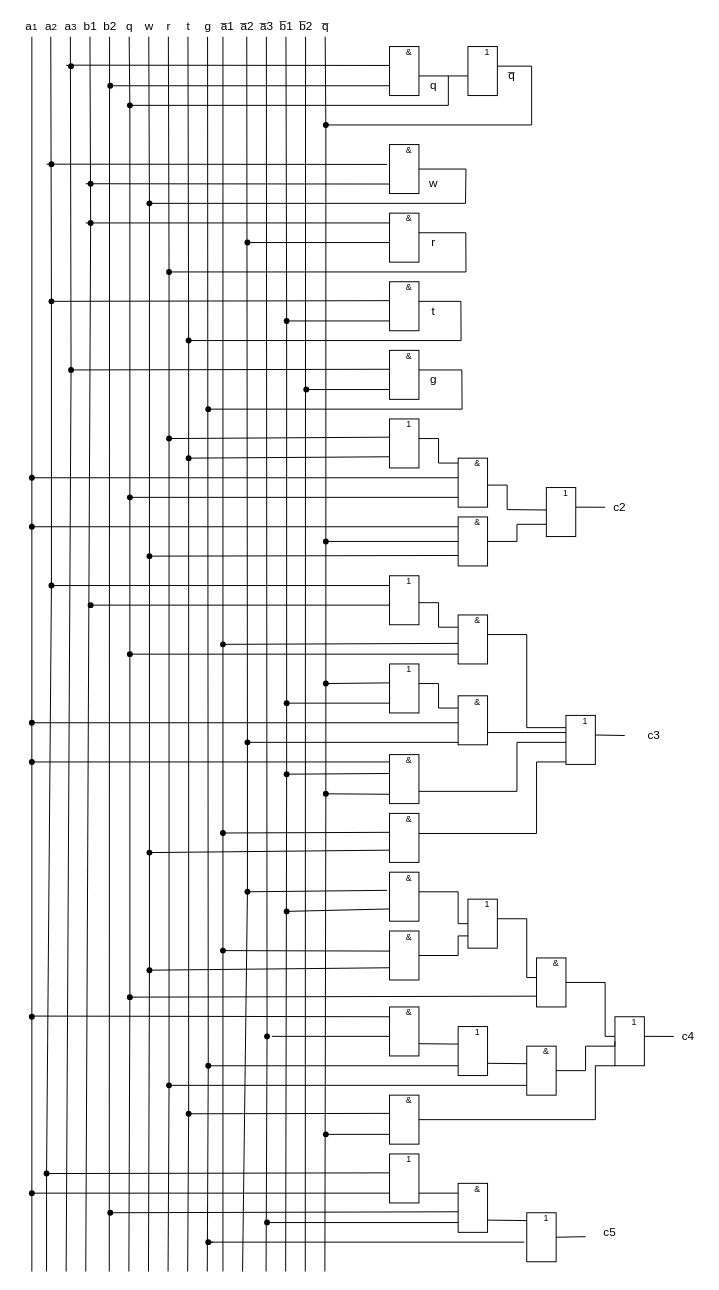
This is page "Многовыход" (7 of 7) of BulevBasisMDNF.drawio from Chelovecpauk/Some, a draw.io file, before an edit. Source tidied: cells renumbered, new cells numbered last; positions are measured from the earlier drawing's top-left corner, leaving out a move shared by most shapes. Both pictures are drawn from the tidied source at 98%, with x=0, y=0 at pixel (17, 17).
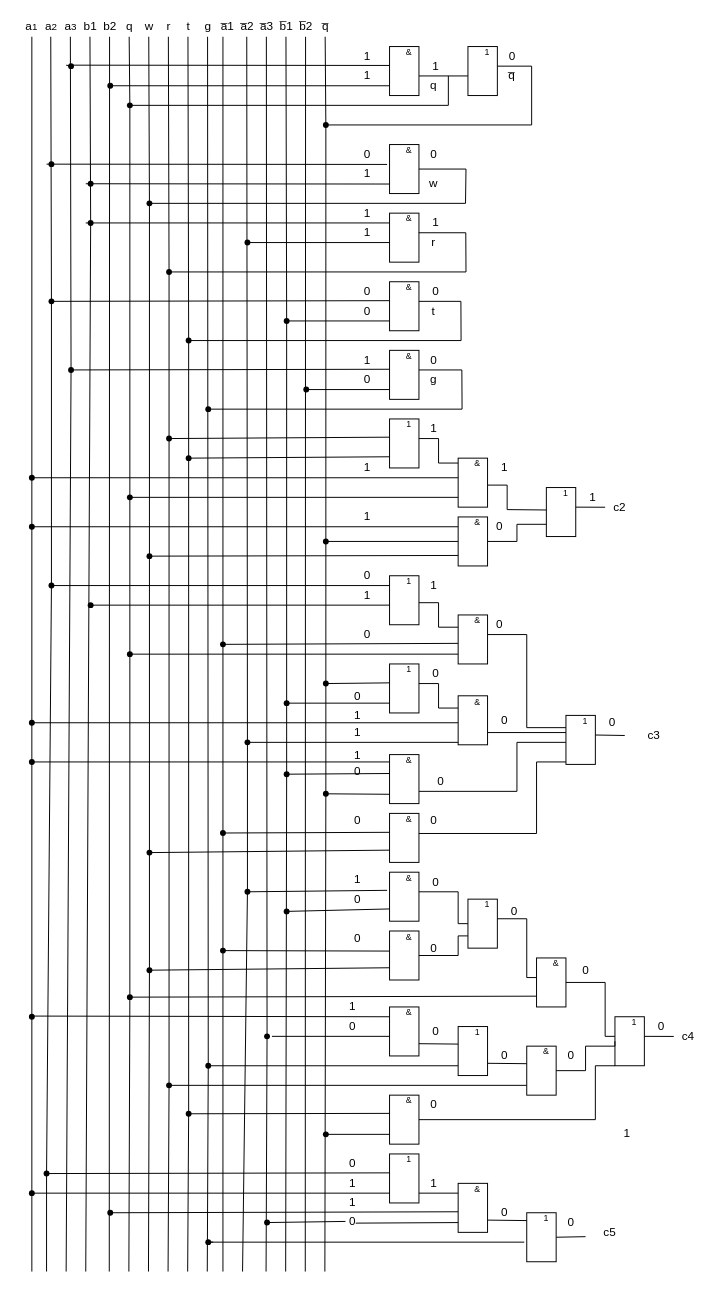
After the change.

Unchanged cells that the change refers to:
```xml
<mxCell id="36" style="group;" parent="1" vertex="1">
  <mxGeometry x="380" y="20" width="60" height="60" as="geometry" />
</mxCell>
<mxCell id="280" style="shape=waypoint;sketch=0;fillStyle=solid;size=6;points=[];fillColor=none;perimeter=centerPerimeter;snapToPoint=1;" parent="1" vertex="1">
  <mxGeometry x="245" y="1220" width="20" height="20" as="geometry" />
</mxCell>
```

What changed in the source:
```diff
@@
     <mxCell id="27" style="group;" parent="1" vertex="1">
-      <mxGeometry x="450" y="440" width="40" height="60" as="geometry" />
+      <mxGeometry x="450" y="440" width="55" height="60" as="geometry" />
     </mxCell>
@@
+    <mxCell id="296" value="1" style="text;html=1;strokeColor=none;fillColor=none;align=center;verticalAlign=middle;whiteSpace=wrap;rounded=0;" parent="27" vertex="1">
+      <mxGeometry x="40" y="10" width="15" height="20" as="geometry" />
+    </mxCell>
     <mxCell id="30" style="group;" parent="1" vertex="1">
-      <mxGeometry x="380" y="190" width="40" height="60" as="geometry" />
+      <mxGeometry x="380" y="190" width="55" height="60" as="geometry" />
     </mxCell>
@@
+    <mxCell id="297" value="1" style="text;html=1;strokeColor=none;fillColor=none;align=center;verticalAlign=middle;whiteSpace=wrap;rounded=0;" parent="30" vertex="1">
+      <mxGeometry x="40" y="10" width="15" height="20" as="geometry" />
+    </mxCell>
@@
+    <mxCell id="298" value="1" style="text;html=1;strokeColor=none;fillColor=none;align=center;verticalAlign=middle;whiteSpace=wrap;rounded=0;" parent="36" vertex="1">
+      <mxGeometry x="40" y="20" width="15" height="20" as="geometry" />
+    </mxCell>
@@
     <mxCell id="107" style="group;" parent="1" vertex="1">
-      <mxGeometry x="380" y="260" width="40" height="60" as="geometry" />
+      <mxGeometry x="380" y="260" width="55" height="60" as="geometry" />
     </mxCell>
@@
+    <mxCell id="299" value="0" style="text;html=1;strokeColor=none;fillColor=none;align=center;verticalAlign=middle;whiteSpace=wrap;rounded=0;" parent="107" vertex="1">
+      <mxGeometry x="40" y="10" width="15" height="20" as="geometry" />
+    </mxCell>
@@
     <mxCell id="124" style="group;" parent="1" vertex="1">
-      <mxGeometry x="380" y="1000" width="40" height="60" as="geometry" />
+      <mxGeometry x="380" y="1000" width="55" height="60" as="geometry" />
     </mxCell>
@@
+    <mxCell id="300" value="0" style="text;html=1;strokeColor=none;fillColor=none;align=center;verticalAlign=middle;whiteSpace=wrap;rounded=0;" parent="124" vertex="1">
+      <mxGeometry x="40" y="25" width="15" height="20" as="geometry" />
+    </mxCell>
@@
     <mxCell id="133" style="group;" parent="1" vertex="1">
-      <mxGeometry x="380" y="862.5" width="40" height="60" as="geometry" />
+      <mxGeometry x="380" y="862.5" width="55" height="60" as="geometry" />
     </mxCell>
@@
+    <mxCell id="301" value="0" style="text;html=1;strokeColor=none;fillColor=none;align=center;verticalAlign=middle;whiteSpace=wrap;rounded=0;" parent="133" vertex="1">
+      <mxGeometry x="40" y="10" width="15" height="20" as="geometry" />
+    </mxCell>
@@
     <mxCell id="200" style="group;" parent="1" vertex="1">
-      <mxGeometry x="450" y="682.5" width="40" height="60" as="geometry" />
+      <mxGeometry x="450" y="682.5" width="55" height="60" as="geometry" />
     </mxCell>
@@
+    <mxCell id="302" value="0" style="text;html=1;strokeColor=none;fillColor=none;align=center;verticalAlign=middle;whiteSpace=wrap;rounded=0;" parent="200" vertex="1">
+      <mxGeometry x="40" y="25" width="15" height="20" as="geometry" />
+    </mxCell>
@@
-    <mxCell id="286" style="endArrow=none;html=1;rounded=0;startArrow=none;exitX=0.699;exitY=0.605;exitDx=0;exitDy=0;exitPerimeter=0;" parent="1" edge="1" source="280">
+    <mxCell id="286" style="endArrow=none;html=1;rounded=0;startArrow=none;exitX=0.699;exitY=0.605;exitDx=0;exitDy=0;exitPerimeter=0;" parent="1" edge="1" source="336">
       <mxGeometry relative="1" as="geometry">
         <mxPoint x="452.5" y="1230" as="targetPoint" />
       </mxGeometry>
     </mxCell>
     <mxCell id="287" style="group;" parent="1" vertex="1">
-      <mxGeometry x="450" y="1180" width="40" height="60" as="geometry" />
+      <mxGeometry x="450" y="1180" width="55" height="60" as="geometry" />
     </mxCell>
@@
+    <mxCell id="303" value="0" style="text;html=1;strokeColor=none;fillColor=none;align=center;verticalAlign=middle;whiteSpace=wrap;rounded=0;" parent="287" vertex="1">
+      <mxGeometry x="40" y="30" width="15" height="20" as="geometry" />
+    </mxCell>
@@
+    <mxCell id="304" value="1" style="text;html=1;strokeColor=none;fillColor=none;align=center;verticalAlign=middle;whiteSpace=wrap;rounded=0;" parent="1" vertex="1">
+      <mxGeometry x="340" y="702.5" width="15" height="20" as="geometry" />
+    </mxCell>
+    <mxCell id="305" value="1" style="text;html=1;strokeColor=none;fillColor=none;align=center;verticalAlign=middle;whiteSpace=wrap;rounded=0;" parent="1" vertex="1">
+      <mxGeometry x="350" y="450" width="15" height="20" as="geometry" />
+    </mxCell>
+    <mxCell id="306" value="1" style="text;html=1;strokeColor=none;fillColor=none;align=center;verticalAlign=middle;whiteSpace=wrap;rounded=0;" parent="1" vertex="1">
+      <mxGeometry x="350" y="500" width="15" height="20" as="geometry" />
+    </mxCell>
+    <mxCell id="307" value="1" style="text;html=1;strokeColor=none;fillColor=none;align=center;verticalAlign=middle;whiteSpace=wrap;rounded=0;" parent="1" vertex="1">
+      <mxGeometry x="340" y="742.5" width="15" height="20" as="geometry" />
+    </mxCell>
+    <mxCell id="308" value="1" style="text;html=1;strokeColor=none;fillColor=none;align=center;verticalAlign=middle;whiteSpace=wrap;rounded=0;" parent="1" vertex="1">
+      <mxGeometry x="335" y="1000" width="15" height="20" as="geometry" />
+    </mxCell>
+    <mxCell id="309" value="1" style="text;html=1;strokeColor=none;fillColor=none;align=center;verticalAlign=middle;whiteSpace=wrap;rounded=0;" parent="1" vertex="1">
+      <mxGeometry x="335" y="1180" width="15" height="20" as="geometry" />
+    </mxCell>
+    <mxCell id="310" value="1" style="text;html=1;strokeColor=none;fillColor=none;align=center;verticalAlign=middle;whiteSpace=wrap;rounded=0;" parent="1" vertex="1">
+      <mxGeometry x="350" y="30" width="15" height="20" as="geometry" />
+    </mxCell>
+    <mxCell id="311" value="1" style="text;html=1;strokeColor=none;fillColor=none;align=center;verticalAlign=middle;whiteSpace=wrap;rounded=0;" parent="1" vertex="1">
+      <mxGeometry x="350" y="50" width="15" height="20" as="geometry" />
+    </mxCell>
+    <mxCell id="312" value="1" style="text;html=1;strokeColor=none;fillColor=none;align=center;verticalAlign=middle;whiteSpace=wrap;rounded=0;" parent="1" vertex="1">
+      <mxGeometry x="350" y="190" width="15" height="20" as="geometry" />
+    </mxCell>
+    <mxCell id="313" value="1" style="text;html=1;strokeColor=none;fillColor=none;align=center;verticalAlign=middle;whiteSpace=wrap;rounded=0;" parent="1" vertex="1">
+      <mxGeometry x="350" y="150" width="15" height="20" as="geometry" />
+    </mxCell>
+    <mxCell id="314" value="1" style="text;html=1;strokeColor=none;fillColor=none;align=center;verticalAlign=middle;whiteSpace=wrap;rounded=0;" parent="1" vertex="1">
+      <mxGeometry x="350" y="580" width="15" height="20" as="geometry" />
+    </mxCell>
+    <mxCell id="315" value="1" style="text;html=1;strokeColor=none;fillColor=none;align=center;verticalAlign=middle;whiteSpace=wrap;rounded=0;" parent="1" vertex="1">
+      <mxGeometry x="350" y="340" width="15" height="20" as="geometry" />
+    </mxCell>
+    <mxCell id="316" value="1" style="text;html=1;strokeColor=none;fillColor=none;align=center;verticalAlign=middle;whiteSpace=wrap;rounded=0;" parent="1" vertex="1">
+      <mxGeometry x="335" y="1200" width="15" height="20" as="geometry" />
+    </mxCell>
+    <mxCell id="317" value="0" style="text;html=1;strokeColor=none;fillColor=none;align=center;verticalAlign=middle;whiteSpace=wrap;rounded=0;" parent="1" vertex="1">
+      <mxGeometry x="350" y="560" width="15" height="20" as="geometry" />
+    </mxCell>
+    <mxCell id="318" value="0" style="text;html=1;strokeColor=none;fillColor=none;align=center;verticalAlign=middle;whiteSpace=wrap;rounded=0;" parent="1" vertex="1">
+      <mxGeometry x="350" y="270" width="15" height="20" as="geometry" />
+    </mxCell>
+    <mxCell id="319" value="0" style="text;html=1;strokeColor=none;fillColor=none;align=center;verticalAlign=middle;whiteSpace=wrap;rounded=0;" parent="1" vertex="1">
+      <mxGeometry x="350" y="130" width="15" height="20" as="geometry" />
+    </mxCell>
+    <mxCell id="320" value="0" style="text;html=1;strokeColor=none;fillColor=none;align=center;verticalAlign=middle;whiteSpace=wrap;rounded=0;" parent="1" vertex="1">
+      <mxGeometry x="335" y="1160" width="15" height="20" as="geometry" />
+    </mxCell>
+    <mxCell id="321" value="0" style="text;html=1;strokeColor=none;fillColor=none;align=center;verticalAlign=middle;whiteSpace=wrap;rounded=0;" parent="1" vertex="1">
+      <mxGeometry x="417.5" y="130" width="15" height="20" as="geometry" />
+    </mxCell>
+    <mxCell id="322" value="1" style="text;html=1;strokeColor=none;fillColor=none;align=center;verticalAlign=middle;whiteSpace=wrap;rounded=0;" parent="1" vertex="1">
+      <mxGeometry x="615" y="1129" width="15" height="20" as="geometry" />
+    </mxCell>
+    <mxCell id="323" value="1" style="text;html=1;strokeColor=none;fillColor=none;align=center;verticalAlign=middle;whiteSpace=wrap;rounded=0;" parent="1" vertex="1">
+      <mxGeometry x="350" y="210" width="15" height="20" as="geometry" />
+    </mxCell>
+    <mxCell id="324" value="1" style="text;html=1;strokeColor=none;fillColor=none;align=center;verticalAlign=middle;whiteSpace=wrap;rounded=0;" parent="1" vertex="1">
+      <mxGeometry x="340" y="720" width="15" height="20" as="geometry" />
+    </mxCell>
+    <mxCell id="325" value="1" style="text;html=1;strokeColor=none;fillColor=none;align=center;verticalAlign=middle;whiteSpace=wrap;rounded=0;" parent="1" vertex="1">
+      <mxGeometry x="340" y="870" width="15" height="20" as="geometry" />
+    </mxCell>
+    <mxCell id="326" value="0" style="text;html=1;strokeColor=none;fillColor=none;align=center;verticalAlign=middle;whiteSpace=wrap;rounded=0;" parent="1" vertex="1">
+      <mxGeometry x="350" y="620" width="15" height="20" as="geometry" />
+    </mxCell>
+    <mxCell id="327" value="0" style="text;html=1;strokeColor=none;fillColor=none;align=center;verticalAlign=middle;whiteSpace=wrap;rounded=0;" parent="1" vertex="1">
+      <mxGeometry x="350" y="360" width="15" height="20" as="geometry" />
+    </mxCell>
+    <mxCell id="328" value="0" style="text;html=1;strokeColor=none;fillColor=none;align=center;verticalAlign=middle;whiteSpace=wrap;rounded=0;" parent="1" vertex="1">
+      <mxGeometry x="350" y="290" width="15" height="20" as="geometry" />
+    </mxCell>
+    <mxCell id="329" value="0" style="text;html=1;strokeColor=none;fillColor=none;align=center;verticalAlign=middle;whiteSpace=wrap;rounded=0;" parent="1" vertex="1">
+      <mxGeometry x="340" y="682.5" width="15" height="20" as="geometry" />
+    </mxCell>
+    <mxCell id="330" value="0" style="text;html=1;strokeColor=none;fillColor=none;align=center;verticalAlign=middle;whiteSpace=wrap;rounded=0;" parent="1" vertex="1">
+      <mxGeometry x="340" y="810" width="15" height="20" as="geometry" />
+    </mxCell>
+    <mxCell id="331" value="0" style="text;html=1;strokeColor=none;fillColor=none;align=center;verticalAlign=middle;whiteSpace=wrap;rounded=0;" parent="1" vertex="1">
+      <mxGeometry x="340" y="760" width="15" height="20" as="geometry" />
+    </mxCell>
+    <mxCell id="332" value="0" style="text;html=1;strokeColor=none;fillColor=none;align=center;verticalAlign=middle;whiteSpace=wrap;rounded=0;" parent="1" vertex="1">
+      <mxGeometry x="335" y="1020" width="15" height="20" as="geometry" />
+    </mxCell>
+    <mxCell id="333" value="0" style="text;html=1;strokeColor=none;fillColor=none;align=center;verticalAlign=middle;whiteSpace=wrap;rounded=0;" parent="1" vertex="1">
+      <mxGeometry x="340" y="930" width="15" height="20" as="geometry" />
+    </mxCell>
+    <mxCell id="334" value="0" style="text;html=1;strokeColor=none;fillColor=none;align=center;verticalAlign=middle;whiteSpace=wrap;rounded=0;" parent="1" vertex="1">
+      <mxGeometry x="340" y="890" width="15" height="20" as="geometry" />
+    </mxCell>
+    <mxCell id="335" style="endArrow=none;html=1;rounded=0;startArrow=none;exitX=0.699;exitY=0.605;exitDx=0;exitDy=0;exitPerimeter=0;" parent="1" edge="1" source="280" target="336">
+      <mxGeometry relative="1" as="geometry" />
+    </mxCell>
+    <mxCell id="336" value="0" style="text;html=1;strokeColor=none;fillColor=none;align=center;verticalAlign=middle;whiteSpace=wrap;rounded=0;" parent="1" vertex="1">
+      <mxGeometry x="335" y="1220" width="15" height="17.5" as="geometry" />
+    </mxCell>
+    <mxCell id="337" value="0" style="text;html=1;strokeColor=none;fillColor=none;align=center;verticalAlign=middle;whiteSpace=wrap;rounded=0;" parent="1" vertex="1">
+      <mxGeometry x="497.5" y="30" width="15" height="20" as="geometry" />
+    </mxCell>
+    <mxCell id="338" value="0" style="text;html=1;strokeColor=none;fillColor=none;align=center;verticalAlign=middle;whiteSpace=wrap;rounded=0;" parent="1" vertex="1">
+      <mxGeometry x="417.5" y="340" width="15" height="20" as="geometry" />
+    </mxCell>
+    <mxCell id="339" value="1" style="text;html=1;strokeColor=none;fillColor=none;align=center;verticalAlign=middle;whiteSpace=wrap;rounded=0;" parent="1" vertex="1">
+      <mxGeometry x="417.5" y="410" width="15" height="20" as="geometry" />
+    </mxCell>
+    <mxCell id="340" value="0" style="text;html=1;strokeColor=none;fillColor=none;align=center;verticalAlign=middle;whiteSpace=wrap;rounded=0;" parent="1" vertex="1">
+      <mxGeometry x="485" y="510" width="15" height="20" as="geometry" />
+    </mxCell>
+    <mxCell id="341" value="1" style="text;html=1;strokeColor=none;fillColor=none;align=center;verticalAlign=middle;whiteSpace=wrap;rounded=0;" parent="1" vertex="1">
+      <mxGeometry x="580" y="480" width="15" height="20" as="geometry" />
+    </mxCell>
+    <mxCell id="342" value="1" style="text;html=1;strokeColor=none;fillColor=none;align=center;verticalAlign=middle;whiteSpace=wrap;rounded=0;" parent="1" vertex="1">
+      <mxGeometry x="417.5" y="570" width="15" height="20" as="geometry" />
+    </mxCell>
+    <mxCell id="343" value="0" style="text;html=1;strokeColor=none;fillColor=none;align=center;verticalAlign=middle;whiteSpace=wrap;rounded=0;" parent="1" vertex="1">
+      <mxGeometry x="485" y="610" width="15" height="20" as="geometry" />
+    </mxCell>
+    <mxCell id="344" value="0" style="text;html=1;strokeColor=none;fillColor=none;align=center;verticalAlign=middle;whiteSpace=wrap;rounded=0;" parent="1" vertex="1">
+      <mxGeometry x="420" y="660" width="15" height="20" as="geometry" />
+    </mxCell>
+    <mxCell id="345" value="0" style="text;html=1;strokeColor=none;fillColor=none;align=center;verticalAlign=middle;whiteSpace=wrap;rounded=0;" parent="1" vertex="1">
+      <mxGeometry x="425" y="770" width="15" height="20" as="geometry" />
+    </mxCell>
+    <mxCell id="346" value="0" style="text;html=1;strokeColor=none;fillColor=none;align=center;verticalAlign=middle;whiteSpace=wrap;rounded=0;" parent="1" vertex="1">
+      <mxGeometry x="417.5" y="810" width="15" height="20" as="geometry" />
+    </mxCell>
+    <mxCell id="347" value="0" style="text;html=1;strokeColor=none;fillColor=none;align=center;verticalAlign=middle;whiteSpace=wrap;rounded=0;" parent="1" vertex="1">
+      <mxGeometry x="600" y="710" width="15" height="20" as="geometry" />
+    </mxCell>
+    <mxCell id="348" value="0" style="text;html=1;strokeColor=none;fillColor=none;align=center;verticalAlign=middle;whiteSpace=wrap;rounded=0;" parent="1" vertex="1">
+      <mxGeometry x="417.5" y="940" width="15" height="20" as="geometry" />
+    </mxCell>
+    <mxCell id="349" value="0" style="text;html=1;strokeColor=none;fillColor=none;align=center;verticalAlign=middle;whiteSpace=wrap;rounded=0;" parent="1" vertex="1">
+      <mxGeometry x="500" y="902.5" width="15" height="20" as="geometry" />
+    </mxCell>
+    <mxCell id="350" value="0" style="text;html=1;strokeColor=none;fillColor=none;align=center;verticalAlign=middle;whiteSpace=wrap;rounded=0;" parent="1" vertex="1">
+      <mxGeometry x="572.5" y="962.5" width="15" height="20" as="geometry" />
+    </mxCell>
+    <mxCell id="351" value="0" style="text;html=1;strokeColor=none;fillColor=none;align=center;verticalAlign=middle;whiteSpace=wrap;rounded=0;" parent="1" vertex="1">
+      <mxGeometry x="490" y="1050" width="15" height="20" as="geometry" />
+    </mxCell>
+    <mxCell id="352" value="0" style="text;html=1;strokeColor=none;fillColor=none;align=center;verticalAlign=middle;whiteSpace=wrap;rounded=0;" parent="1" vertex="1">
+      <mxGeometry x="557.5" y="1050" width="15" height="20" as="geometry" />
+    </mxCell>
+    <mxCell id="353" value="0" style="text;html=1;strokeColor=none;fillColor=none;align=center;verticalAlign=middle;whiteSpace=wrap;rounded=0;" parent="1" vertex="1">
+      <mxGeometry x="417.5" y="1100" width="15" height="20" as="geometry" />
+    </mxCell>
+    <mxCell id="354" value="0" style="text;html=1;strokeColor=none;fillColor=none;align=center;verticalAlign=middle;whiteSpace=wrap;rounded=0;" parent="1" vertex="1">
+      <mxGeometry x="650" y="1020" width="15" height="20" as="geometry" />
+    </mxCell>
+    <mxCell id="355" value="1" style="text;html=1;strokeColor=none;fillColor=none;align=center;verticalAlign=middle;whiteSpace=wrap;rounded=0;" parent="1" vertex="1">
+      <mxGeometry x="417.5" y="1180" width="15" height="20" as="geometry" />
+    </mxCell>
+    <mxCell id="356" value="0" style="text;html=1;strokeColor=none;fillColor=none;align=center;verticalAlign=middle;whiteSpace=wrap;rounded=0;" parent="1" vertex="1">
+      <mxGeometry x="557.5" y="1220" width="15" height="20" as="geometry" />
+    </mxCell>
```
